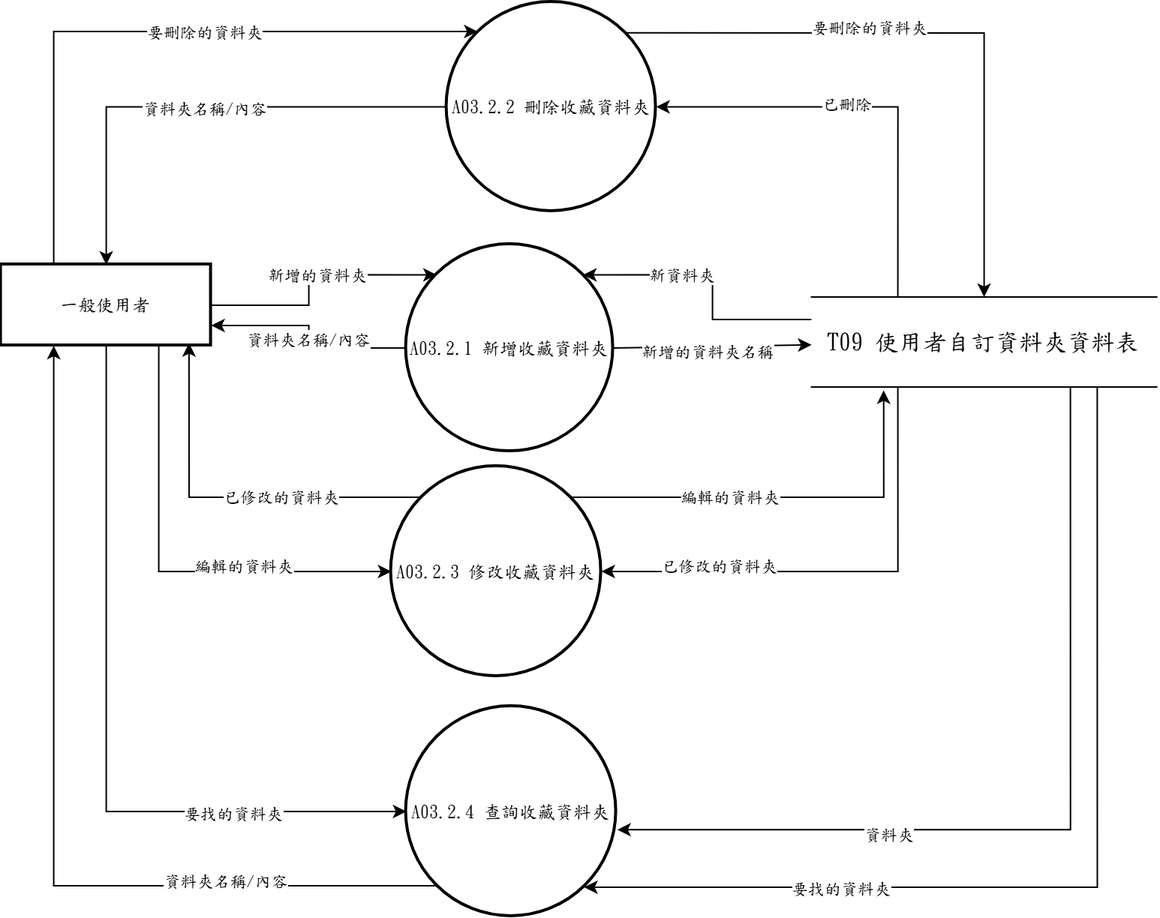
s22452007/115502 keeps this draw.io diagram as 系統文件/第6章/DFD圖/圖3/新/圖3.2.drawio.png. Above is the earlier version. Source tidied: cells renumbered, new cells last; positions are measured from the earlier drawing's top-left corner, leaving out a move shared by most shapes. Source of this version:
```xml
<mxGraphModel>
  <root>
    <mxCell id="0" />
    <mxCell id="1" parent="0" />
    <mxCell id="2" style="edgeStyle=orthogonalEdgeStyle;rounded=0;jettySize=auto;html=1;entryX=0;entryY=0;entryDx=0;entryDy=0;" parent="1" edge="1" source="10" target="25">
      <mxGeometry relative="1" as="geometry" />
    </mxCell>
    <mxCell id="3" value="新增的資料夾" style="edgeLabel;html=1;align=center;verticalAlign=middle;fontFamily=標楷體;" parent="2" vertex="1">
      <mxGeometry x="0.05" relative="1" as="geometry" />
    </mxCell>
    <mxCell id="4" style="edgeStyle=orthogonalEdgeStyle;rounded=0;jettySize=auto;html=1;exitX=0.5;exitY=1;exitDx=0;exitDy=0;entryX=0;entryY=0.5;entryDx=0;entryDy=0;" parent="1" edge="1" source="10" target="29">
      <mxGeometry relative="1" as="geometry" />
    </mxCell>
    <mxCell id="5" value="要找的資料夾" style="edgeLabel;html=1;align=center;verticalAlign=middle;fontFamily=標楷體;" parent="4" vertex="1">
      <mxGeometry x="0.55" y="-1" relative="1" as="geometry" />
    </mxCell>
    <mxCell id="6" style="edgeStyle=elbowEdgeStyle;rounded=0;jettySize=auto;html=1;exitX=0.25;exitY=0;exitDx=0;exitDy=0;entryX=0;entryY=0;entryDx=0;entryDy=0;elbow=vertical;" parent="1" edge="1" source="10" target="13">
      <mxGeometry relative="1" as="geometry">
        <Array as="points">
          <mxPoint x="180" y="19.5" />
        </Array>
      </mxGeometry>
    </mxCell>
    <mxCell id="7" value="要刪除的資料夾" style="edgeLabel;html=1;align=center;verticalAlign=middle;fontFamily=標楷體;" parent="6" vertex="1">
      <mxGeometry x="0.16" relative="1" as="geometry" />
    </mxCell>
    <mxCell id="8" style="edgeStyle=orthogonalEdgeStyle;rounded=0;jettySize=auto;html=1;exitX=0.75;exitY=1;exitDx=0;exitDy=0;entryX=0;entryY=0.5;entryDx=0;entryDy=0;" parent="1" edge="1" source="10" target="26">
      <mxGeometry relative="1" as="geometry" />
    </mxCell>
    <mxCell id="9" value="&lt;span style=&quot;font-family: 標楷體;&quot;&gt;編輯的資料夾&lt;/span&gt;" style="edgeLabel;html=1;align=center;verticalAlign=middle;fontFamily=標楷體;" parent="8" vertex="1">
      <mxGeometry x="0.35" y="4" relative="1" as="geometry" />
    </mxCell>
    <mxCell id="10" value="一般使用者" style="whiteSpace=wrap;strokeWidth=2;fontFamily=標楷體;" parent="1" vertex="1">
      <mxGeometry y="175" width="140" height="54" as="geometry" />
    </mxCell>
    <mxCell id="11" style="edgeStyle=orthogonalEdgeStyle;rounded=0;jettySize=auto;html=1;exitX=1;exitY=0;exitDx=0;exitDy=0;entryX=0.5;entryY=0;entryDx=0;entryDy=0;" parent="1" edge="1" source="13" target="20">
      <mxGeometry relative="1" as="geometry" />
    </mxCell>
    <mxCell id="12" value="要刪除的資料夾" style="edgeLabel;html=1;align=center;verticalAlign=middle;fontFamily=標楷體;" parent="11" vertex="1">
      <mxGeometry x="-0.22" y="4" relative="1" as="geometry" />
    </mxCell>
    <mxCell id="13" value="A03.2.2 刪除收藏資料夾" style="ellipse;strokeWidth=2;whiteSpace=wrap;fontFamily=標楷體;" parent="1" vertex="1">
      <mxGeometry x="297" width="139.5" height="139.5" as="geometry" />
    </mxCell>
    <mxCell id="14" style="edgeStyle=orthogonalEdgeStyle;rounded=0;jettySize=auto;html=1;exitX=0;exitY=0.25;exitDx=0;exitDy=0;entryX=1;entryY=0;entryDx=0;entryDy=0;" parent="1" edge="1" source="20" target="25">
      <mxGeometry relative="1" as="geometry" />
    </mxCell>
    <mxCell id="15" value="新資料夾" style="edgeLabel;html=1;align=center;verticalAlign=middle;fontFamily=標楷體;" parent="14" vertex="1">
      <mxGeometry x="0.28" relative="1" as="geometry" />
    </mxCell>
    <mxCell id="16" style="edgeStyle=orthogonalEdgeStyle;rounded=0;jettySize=auto;html=1;exitX=0.25;exitY=0;exitDx=0;exitDy=0;entryX=1;entryY=0.5;entryDx=0;entryDy=0;" parent="1" edge="1" source="20" target="13">
      <mxGeometry relative="1" as="geometry" />
    </mxCell>
    <mxCell id="17" value="&lt;font face=&quot;標楷體&quot;&gt;已刪除&lt;/font&gt;" style="edgeLabel;html=1;align=center;verticalAlign=middle;fontFamily=標楷體;" parent="16" vertex="1">
      <mxGeometry x="0.12" y="-2" relative="1" as="geometry" />
    </mxCell>
    <mxCell id="18" style="edgeStyle=orthogonalEdgeStyle;rounded=0;jettySize=auto;html=1;exitX=0.25;exitY=1;exitDx=0;exitDy=0;entryX=1;entryY=0.5;entryDx=0;entryDy=0;" parent="1" edge="1" source="20" target="26">
      <mxGeometry relative="1" as="geometry" />
    </mxCell>
    <mxCell id="19" value="&lt;span style=&quot;font-family: 標楷體;&quot;&gt;已修改的資料夾&lt;/span&gt;" style="edgeLabel;html=1;align=center;verticalAlign=middle;fontFamily=標楷體;" parent="18" vertex="1">
      <mxGeometry x="0.51" y="-4" relative="1" as="geometry" />
    </mxCell>
    <mxCell id="20" value="&lt;span lang=&quot;EN-US&quot; style=&quot;font-size: 12pt;&quot;&gt;T09&amp;nbsp;&lt;/span&gt;&lt;span style=&quot;font-size: 12pt;&quot;&gt;使用者自訂資料夾資料表&lt;/span&gt;" style="shape=partialRectangle;whiteSpace=wrap;html=1;left=0;right=0;fontFamily=標楷體;" parent="1" vertex="1">
      <mxGeometry x="540" y="196.5" width="230" height="60" as="geometry" />
    </mxCell>
    <mxCell id="21" style="rounded=0;jettySize=auto;html=1;exitX=1;exitY=0.5;exitDx=0;exitDy=0;fontFamily=標楷體;" parent="1" edge="1" source="25" target="20">
      <mxGeometry relative="1" as="geometry" />
    </mxCell>
    <mxCell id="22" value="新增的資料夾名稱" style="edgeLabel;html=1;align=center;verticalAlign=middle;fontFamily=標楷體;" parent="21" vertex="1">
      <mxGeometry x="0.05" y="-7" relative="1" as="geometry">
        <mxPoint x="-7" y="-4" as="offset" />
      </mxGeometry>
    </mxCell>
    <mxCell id="23" style="edgeStyle=orthogonalEdgeStyle;rounded=0;jettySize=auto;html=1;entryX=1;entryY=0.75;entryDx=0;entryDy=0;" parent="1" edge="1" source="25" target="10">
      <mxGeometry relative="1" as="geometry" />
    </mxCell>
    <mxCell id="24" value="資料夾名稱/內容" style="edgeLabel;html=1;align=center;verticalAlign=middle;fontFamily=標楷體;" parent="23" vertex="1">
      <mxGeometry x="-0.02" y="1" relative="1" as="geometry" />
    </mxCell>
    <mxCell id="25" value="A03.2.1 新增收藏資料夾" style="ellipse;strokeWidth=2;whiteSpace=wrap;fontFamily=標楷體;" parent="1" vertex="1">
      <mxGeometry x="270" y="161.5" width="138" height="138" as="geometry" />
    </mxCell>
    <mxCell id="26" value="A03.2.3 修改收藏資料夾" style="ellipse;strokeWidth=2;whiteSpace=wrap;fontFamily=標楷體;" parent="1" vertex="1">
      <mxGeometry x="260" y="309.5" width="140" height="140" as="geometry" />
    </mxCell>
    <mxCell id="27" style="edgeStyle=orthogonalEdgeStyle;rounded=0;jettySize=auto;html=1;exitX=0;exitY=1;exitDx=0;exitDy=0;entryX=0.25;entryY=1;entryDx=0;entryDy=0;" parent="1" edge="1" source="29" target="10">
      <mxGeometry relative="1" as="geometry" />
    </mxCell>
    <mxCell id="28" value="資料夾名稱/內容" style="edgeLabel;html=1;align=center;verticalAlign=middle;fontFamily=標楷體;" parent="27" vertex="1">
      <mxGeometry x="-0.54" y="-4" relative="1" as="geometry" />
    </mxCell>
    <mxCell id="29" value="A03.2.4 查詢收藏資料夾" style="ellipse;strokeWidth=2;whiteSpace=wrap;fontFamily=標楷體;" parent="1" vertex="1">
      <mxGeometry x="270" y="469.5" width="140" height="140" as="geometry" />
    </mxCell>
    <mxCell id="30" style="edgeStyle=orthogonalEdgeStyle;rounded=0;jettySize=auto;html=1;exitX=0.8278;exitY=1.0000;exitDx=0;exitDy=0;exitPerimeter=0;entryX=0.8462;entryY=0.8607;entryDx=0;entryDy=0;entryPerimeter=0;" parent="1" edge="1" source="20" target="29">
      <mxGeometry relative="1" as="geometry">
        <Array as="points">
          <mxPoint x="730.4" y="590" />
        </Array>
      </mxGeometry>
    </mxCell>
    <mxCell id="31" value="要找的資料夾" style="edgeLabel;html=1;align=center;verticalAlign=middle;fontFamily=標楷體;" parent="30" vertex="1">
      <mxGeometry x="0.49" relative="1" as="geometry" />
    </mxCell>
    <mxCell id="32" style="edgeStyle=orthogonalEdgeStyle;rounded=0;jettySize=auto;html=1;exitX=0.75;exitY=1;exitDx=0;exitDy=0;entryX=1.004;entryY=0.587;entryDx=0;entryDy=0;entryPerimeter=0;" parent="1" edge="1" source="20" target="29">
      <mxGeometry relative="1" as="geometry" />
    </mxCell>
    <mxCell id="33" value="資料夾" style="edgeLabel;html=1;align=center;verticalAlign=middle;fontFamily=標楷體;" parent="32" vertex="1">
      <mxGeometry x="0.4" y="3" relative="1" as="geometry" />
    </mxCell>
    <mxCell id="34" style="edgeStyle=orthogonalEdgeStyle;rounded=0;jettySize=auto;html=1;entryX=0.5;entryY=0;entryDx=0;entryDy=0;exitX=0;exitY=0.5;exitDx=0;exitDy=0;" parent="1" edge="1" source="13" target="10">
      <mxGeometry relative="1" as="geometry">
        <Array as="points">
          <mxPoint x="70" y="69.5" />
        </Array>
      </mxGeometry>
    </mxCell>
    <mxCell id="35" value="資料夾名稱/內容" style="edgeLabel;html=1;align=center;verticalAlign=middle;fontFamily=標楷體;" parent="34" vertex="1">
      <mxGeometry x="-0.02" y="1" relative="1" as="geometry" />
    </mxCell>
    <mxCell id="36" style="edgeStyle=orthogonalEdgeStyle;rounded=0;jettySize=auto;html=1;exitX=0;exitY=0;exitDx=0;exitDy=0;entryX=0.894;entryY=0.968;entryDx=0;entryDy=0;entryPerimeter=0;" parent="1" edge="1" source="26" target="10">
      <mxGeometry relative="1" as="geometry" />
    </mxCell>
    <mxCell id="37" value="&lt;span style=&quot;font-family: 標楷體;&quot;&gt;已修改的資料夾&lt;/span&gt;" style="edgeLabel;html=1;align=center;verticalAlign=middle;fontFamily=標楷體;" parent="36" vertex="1">
      <mxGeometry x="-0.27" y="-1" relative="1" as="geometry" />
    </mxCell>
    <mxCell id="38" style="edgeStyle=orthogonalEdgeStyle;rounded=0;jettySize=auto;html=1;exitX=1;exitY=0;exitDx=0;exitDy=0;entryX=0.209;entryY=1.037;entryDx=0;entryDy=0;entryPerimeter=0;" parent="1" edge="1" source="26" target="20">
      <mxGeometry relative="1" as="geometry" />
    </mxCell>
    <mxCell id="39" value="&lt;span style=&quot;font-family: 標楷體;&quot;&gt;編輯的資料夾&lt;/span&gt;" style="edgeLabel;html=1;align=center;verticalAlign=middle;fontFamily=標楷體;" parent="38" vertex="1">
      <mxGeometry x="-0.25" y="1" relative="1" as="geometry" />
    </mxCell>
  </root>
</mxGraphModel>
```
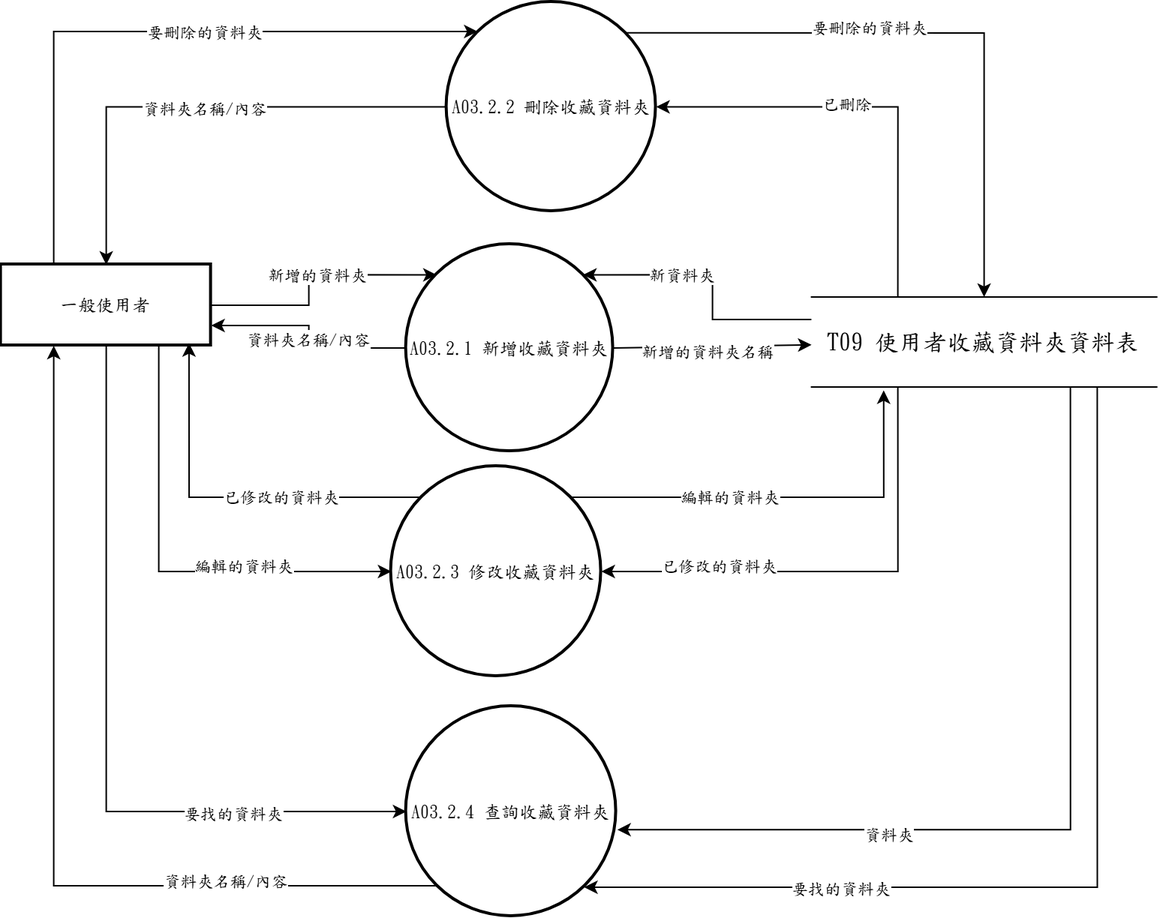
After the commit.

Diff of the diagram source:
```diff
@@ -60,7 +60,7 @@
     <mxCell id="19" value="&lt;span style=&quot;font-family: 標楷體;&quot;&gt;已修改的資料夾&lt;/span&gt;" style="edgeLabel;html=1;align=center;verticalAlign=middle;fontFamily=標楷體;" parent="18" vertex="1">
       <mxGeometry x="0.51" y="-4" relative="1" as="geometry" />
     </mxCell>
-    <mxCell id="20" value="&lt;span lang=&quot;EN-US&quot; style=&quot;font-size: 12pt;&quot;&gt;T09&amp;nbsp;&lt;/span&gt;&lt;span style=&quot;font-size: 12pt;&quot;&gt;使用者自訂資料夾資料表&lt;/span&gt;" style="shape=partialRectangle;whiteSpace=wrap;html=1;left=0;right=0;fontFamily=標楷體;" parent="1" vertex="1">
+    <mxCell id="20" value="&lt;span lang=&quot;EN-US&quot; style=&quot;font-size: 12pt;&quot;&gt;T09&amp;nbsp;&lt;/span&gt;&lt;span style=&quot;font-size: 12pt;&quot;&gt;使用者收藏資料夾資料表&lt;/span&gt;" style="shape=partialRectangle;whiteSpace=wrap;html=1;left=0;right=0;fontFamily=標楷體;" parent="1" vertex="1">
       <mxGeometry x="540" y="196.5" width="230" height="60" as="geometry" />
     </mxCell>
     <mxCell id="21" style="rounded=0;jettySize=auto;html=1;exitX=1;exitY=0.5;exitDx=0;exitDy=0;fontFamily=標楷體;" parent="1" edge="1" source="25" target="20">
```
